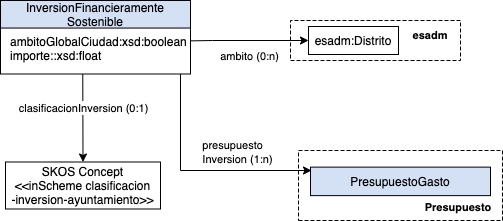
Earlier version of the draw.io export OnToology/ontology/presupuesto.owl/documentation/resources/images/modeloConceptualInversion.png (CiudadesAbiertas/vocab-hacienda-presupuesto). Source tidied: cells renumbered, new cells last; positions are measured from the earlier drawing's top-left corner, leaving out a move shared by most shapes.
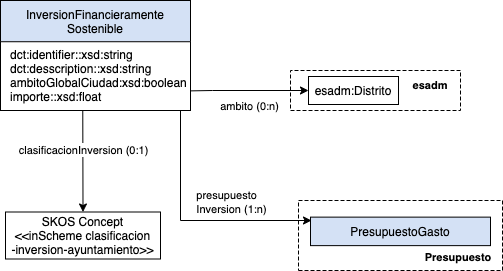
After the change.

The edit, as a diff of the source:
```diff
@@ -29,13 +29,16 @@
       </mxGeometry>
     </mxCell>
     <mxCell id="8" style="group;" parent="1" vertex="1">
-      <mxGeometry x="30" y="13.5" width="180" height="90" as="geometry" />
+      <mxGeometry x="30" width="180" height="90" as="geometry" />
     </mxCell>
+    <mxCell id="18" style="group;" parent="8" vertex="1">
+      <mxGeometry x="-30" y="-50" width="190" height="110" as="geometry" />
+    </mxCell>
-    <mxCell id="9" value="&lt;font style=&quot;font-size: 12px ; color: rgb(0 , 0 , 0) ; direction: ltr ; letter-spacing: 0px ; line-height: 120% ; opacity: 1&quot;&gt;InversionFinancieramente&lt;br&gt;Sostenible&lt;br&gt;&lt;/font&gt;" style="verticalAlign=middle;align=center;vsdxID=334;fillColor=#D4E1F5;gradientColor=none;shape=(stored shape, 160 characters);labelBackgroundColor=none;rounded=0;html=1;whiteSpace=wrap;" parent="8" vertex="1">
-      <mxGeometry x="-30" y="-13.5" width="190" height="28.5" as="geometry" />
+    <mxCell id="9" value="&lt;font style=&quot;font-size: 12px ; color: rgb(0 , 0 , 0) ; direction: ltr ; letter-spacing: 0px ; line-height: 120% ; opacity: 1&quot;&gt;InversionFinancieramente&lt;br&gt;Sostenible&lt;br&gt;&lt;/font&gt;" style="verticalAlign=middle;align=center;vsdxID=334;fillColor=#D4E1F5;gradientColor=none;shape=(stored shape, 160 characters);labelBackgroundColor=none;rounded=0;html=1;whiteSpace=wrap;" parent="18" vertex="1">
+      <mxGeometry width="190" height="42.7" as="geometry" />
     </mxCell>
-    <mxCell id="10" value="&lt;p style=&quot;white-space: nowrap ; margin: 0px 0px 0px 8px&quot;&gt;&lt;span&gt;ambitoGlobalCiudad:xsd:boolean&lt;/span&gt;&lt;br&gt;&lt;/p&gt;&lt;p style=&quot;white-space: nowrap ; margin: 0px 0px 0px 8px&quot;&gt;importe::xsd:float&lt;/p&gt;" style="verticalAlign=top;align=left;vsdxID=335;fillColor=#FFFFFF;gradientColor=none;shape=(stored shape, 160 characters);labelBackgroundColor=none;rounded=0;html=1;whiteSpace=wrap;" parent="8" vertex="1">
-      <mxGeometry x="-30" y="14.1" width="190" height="46" as="geometry" />
+    <mxCell id="10" value="&lt;p style=&quot;white-space: nowrap ; margin: 0px 0px 0px 8px&quot;&gt;&lt;span&gt;dct:identifier::xsd:string&lt;/span&gt;&lt;/p&gt;&lt;p style=&quot;white-space: nowrap ; margin: 0px 0px 0px 8px&quot;&gt;&lt;span&gt;dct:desscription::xsd:string&lt;/span&gt;&lt;/p&gt;&lt;p style=&quot;white-space: nowrap ; margin: 0px 0px 0px 8px&quot;&gt;&lt;span&gt;ambitoGlobalCiudad:xsd:boolean&lt;/span&gt;&lt;br&gt;&lt;/p&gt;&lt;p style=&quot;white-space: nowrap ; margin: 0px 0px 0px 8px&quot;&gt;importe::xsd:float&lt;/p&gt;" style="verticalAlign=top;align=left;vsdxID=335;fillColor=#FFFFFF;gradientColor=none;shape=(stored shape, 160 characters);labelBackgroundColor=none;rounded=0;html=1;whiteSpace=wrap;" parent="18" vertex="1">
+      <mxGeometry y="41.2" width="190" height="68.8" as="geometry" />
     </mxCell>
     <mxCell id="11" value="&lt;font style=&quot;font-size: 11px ; color: rgb(0 , 0 , 0) ; direction: ltr ; letter-spacing: 0px ; line-height: 120% ; opacity: 1&quot;&gt;&lt;b&gt;esadm&lt;br&gt;&lt;/b&gt;&lt;/font&gt;" style="verticalAlign=middle;align=center;vsdxID=511;fillColor=none;gradientColor=none;shape=(stored shape, 160 characters);strokeColor=none;labelBackgroundColor=none;rounded=0;html=1;whiteSpace=wrap;" parent="1" vertex="1">
       <mxGeometry x="390" y="20" width="80" height="28" as="geometry" />
```
